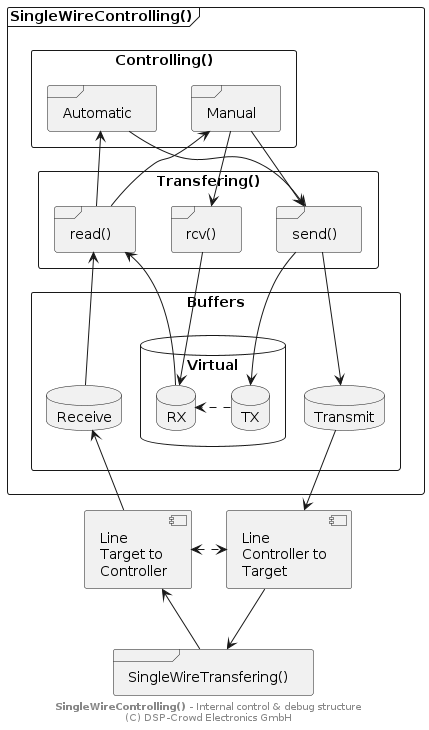
Earlier version of the PlantUML export doc/system/structure-dbg-internal.png (NoOrientationProgramming/code-orb).
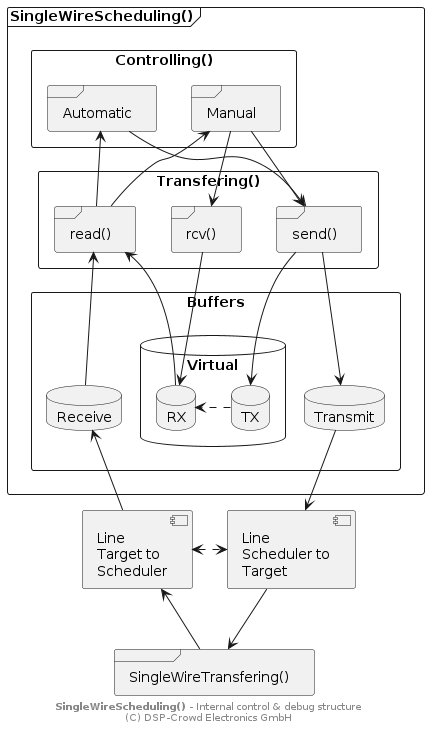
Above is the later version.

The edit, as a diff of the source:
```diff
@@ -3,10 +3,10 @@
 
 frame "SingleWireTransfering()" as pSwt
 
-component "Line\nController to\nTarget" as pLineCtt
-component "Line\nTarget to\nController" as pLineTtc
+component "Line\nScheduler to\nTarget" as pLineCtt
+component "Line\nTarget to\nScheduler" as pLineTtc
 
-frame "SingleWireControlling()" as pGw {
+frame "SingleWireScheduling()" as pGw {
 
 	rectangle "Controlling()" as pCtrl {
 
@@ -57,6 +57,6 @@
 pLineCtt --> pSwt
 pLineTtc <-- pSwt
 
-footer **SingleWireControlling()** - Internal control & debug structure\n(C) DSP-Crowd Electronics GmbH
+footer **SingleWireScheduling()** - Internal control & debug structure\n(C) DSP-Crowd Electronics GmbH
 
 @enduml
```
